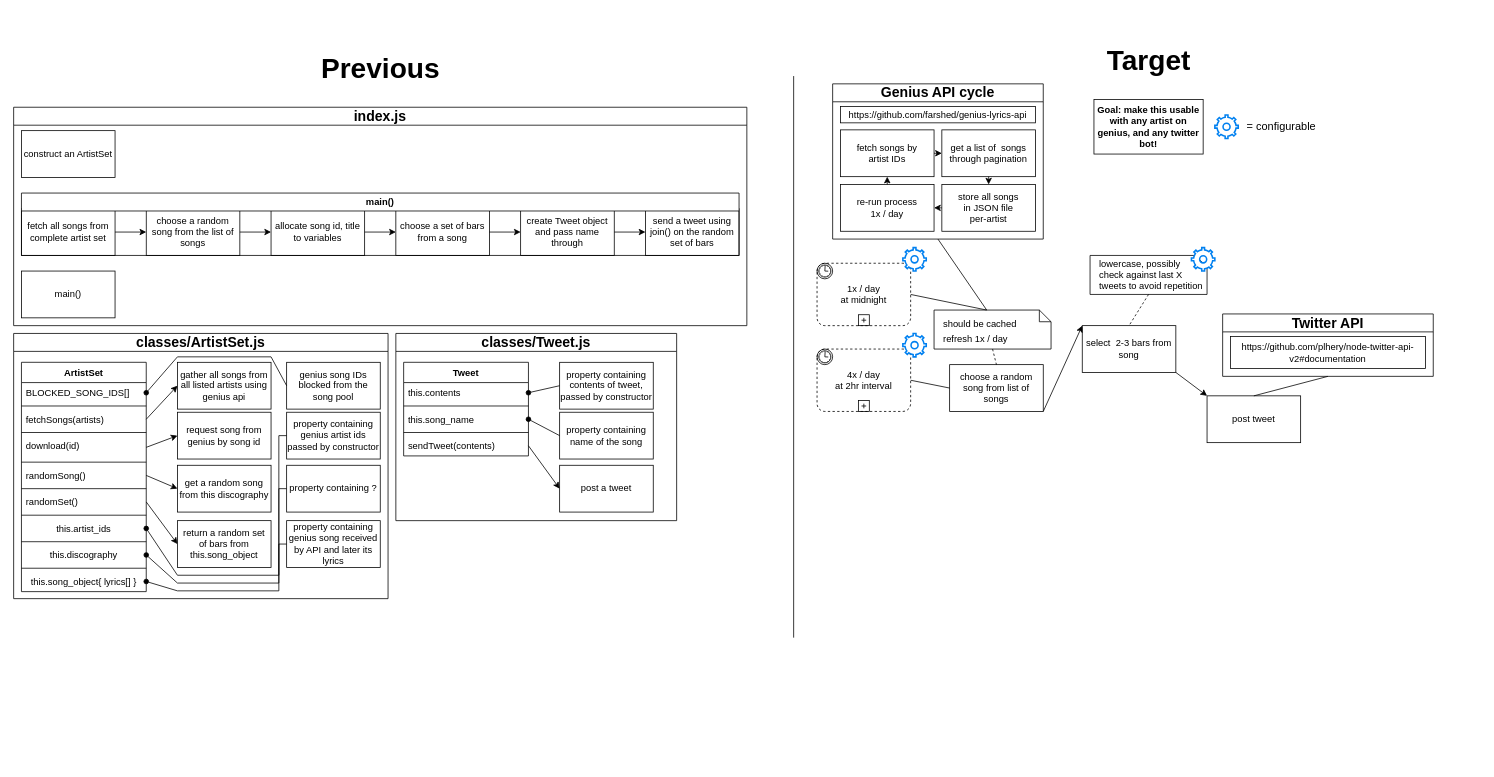
This is blackorpheusbot.drawio from vrrdnt/blackorpheusbot, a draw.io file, before an edit. Source tidied: cells renumbered, new cells numbered last; positions are measured from the earlier drawing's top-left corner, leaving out a move shared by most shapes. Both pictures are drawn from the tidied source at 78%, with x=0, y=0 at pixel (13, 21).
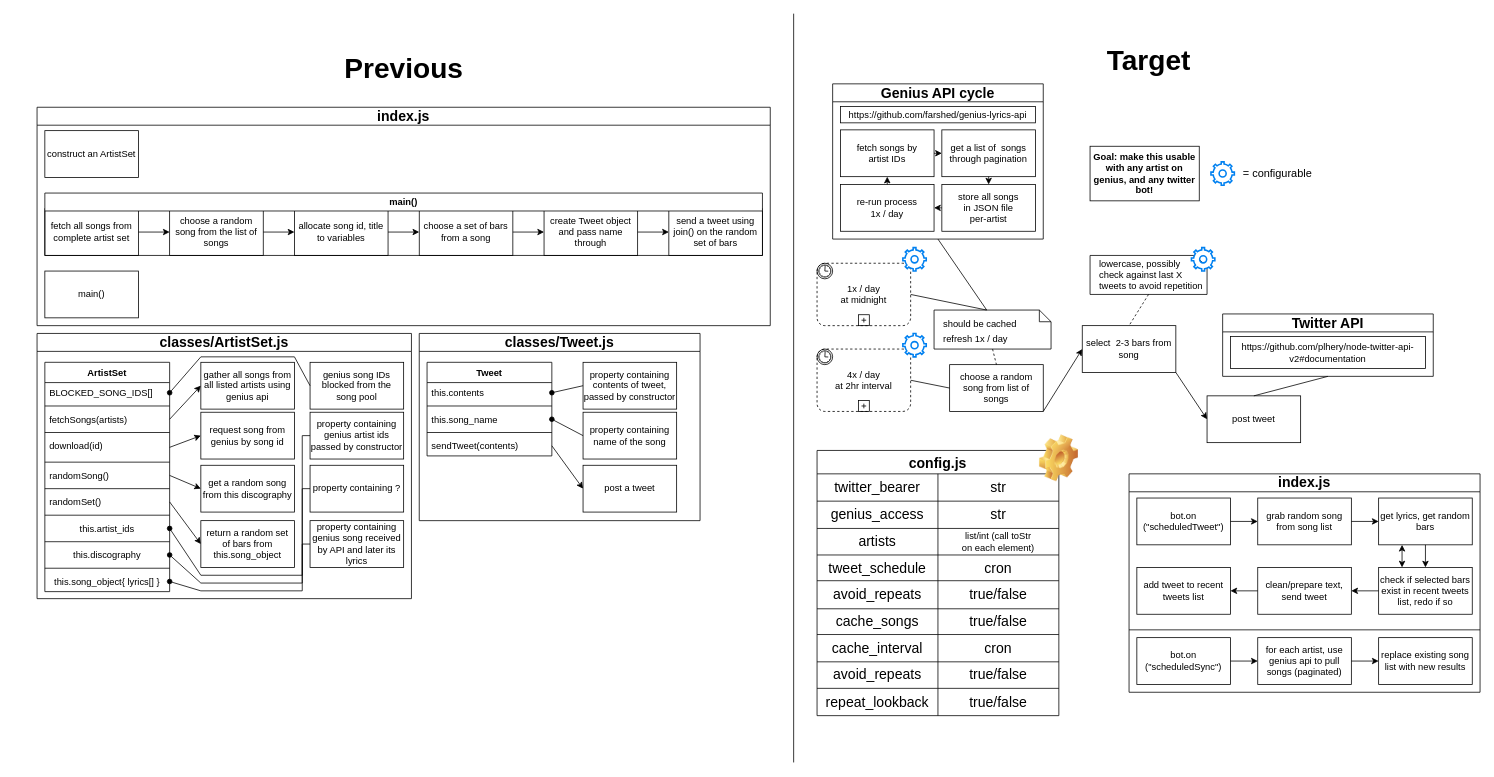
After the change.

Unchanged cells that the change refers to:
```xml
<mxCell id="66" value="choose a random song from list of songs" style="rounded=0;whiteSpace=wrap;html=1;" parent="1" vertex="1">
  <mxGeometry x="1200" y="440" width="120" height="60" as="geometry" />
</mxCell>
<mxCell id="67" value="select&amp;nbsp; 2-3 bars from song" style="rounded=0;whiteSpace=wrap;html=1;" parent="1" vertex="1">
  <mxGeometry x="1370" y="390" width="120" height="60" as="geometry" />
</mxCell>
<mxCell id="73" value="post tweet" style="rounded=0;whiteSpace=wrap;html=1;" parent="1" vertex="1">
  <mxGeometry x="1530" y="480" width="120" height="60" as="geometry" />
</mxCell>
```

Change to the diagram source:
```diff
@@
     <mxCell id="2" value="&lt;div&gt;&lt;h2&gt;classes/ArtistSet.js&lt;/h2&gt;&lt;/div&gt;" style="swimlane;whiteSpace=wrap;html=1;rounded=0;" parent="1" vertex="1">
-      <mxGeometry y="400" width="480" height="340" as="geometry" />
+      <mxGeometry x="30" y="400" width="480" height="340" as="geometry" />
     </mxCell>
@@
     <mxCell id="35" value="&lt;div&gt;&lt;h2&gt;classes/Tweet.js&lt;/h2&gt;&lt;/div&gt;" style="swimlane;whiteSpace=wrap;html=1;rounded=0;" parent="1" vertex="1">
-      <mxGeometry x="490" y="400" width="360" height="240" as="geometry" />
+      <mxGeometry x="520" y="400" width="360" height="240" as="geometry" />
     </mxCell>
@@
     <mxCell id="48" value="&lt;div&gt;&lt;h2&gt;index.js&lt;/h2&gt;&lt;/div&gt;" style="swimlane;whiteSpace=wrap;html=1;startSize=23;rounded=0;" parent="1" vertex="1">
-      <mxGeometry y="110" width="940" height="280" as="geometry" />
+      <mxGeometry x="30" y="110" width="940" height="280" as="geometry" />
     </mxCell>
@@
     <mxCell id="50" value="&lt;div&gt;construct an ArtistSet&lt;br&gt;&lt;/div&gt;" style="rounded=0;whiteSpace=wrap;html=1;" parent="1" vertex="1">
-      <mxGeometry x="10" y="140" width="120" height="60" as="geometry" />
+      <mxGeometry x="40" y="140" width="120" height="60" as="geometry" />
     </mxCell>
     <mxCell id="51" style="group;rounded=0;" parent="1" vertex="1">
-      <mxGeometry x="10" y="220" width="920" height="80" as="geometry" />
+      <mxGeometry x="40" y="220" width="920" height="80" as="geometry" />
     </mxCell>
@@
     <mxCell id="65" style="endArrow=none;html=1;rounded=0;" parent="1" edge="1">
       <mxGeometry relative="1" as="geometry">
-        <mxPoint x="1000" y="790" as="sourcePoint" />
-        <mxPoint x="1000" y="70" as="targetPoint" />
+        <mxPoint x="1000" y="950" as="sourcePoint" />
+        <mxPoint x="1000" y="-10" as="targetPoint" />
       </mxGeometry>
     </mxCell>
@@
-    <mxCell id="68" style="endArrow=classic;html=1;rounded=0;exitX=1;exitY=1;exitDx=0;exitDy=0;entryX=0;entryY=0;entryDx=0;entryDy=0;" parent="1" edge="1" source="66" target="67">
+    <mxCell id="68" style="endArrow=classic;html=1;rounded=0;exitX=1;exitY=1;exitDx=0;exitDy=0;entryX=0;entryY=0.5;entryDx=0;entryDy=0;" parent="1" edge="1" source="66" target="67">
       <mxGeometry relative="1" as="geometry" />
     </mxCell>
@@
-    <mxCell id="78" style="endArrow=classic;html=1;rounded=0;exitX=1;exitY=1;exitDx=0;exitDy=0;entryX=0;entryY=0;entryDx=0;entryDy=0;" parent="1" edge="1" source="67" target="73">
+    <mxCell id="78" style="endArrow=classic;html=1;rounded=0;exitX=1;exitY=1;exitDx=0;exitDy=0;entryX=0;entryY=0.5;entryDx=0;entryDy=0;" parent="1" edge="1" source="67" target="73">
       <mxGeometry relative="1" as="geometry" />
     </mxCell>
@@
     <mxCell id="91" value="&lt;b&gt;Goal: make this usable with any artist on genius, and any twitter bot!&lt;br&gt;&lt;/b&gt;" style="rounded=0;whiteSpace=wrap;html=1;" parent="1" vertex="1">
-      <mxGeometry x="1385" y="100" width="140" height="70" as="geometry" />
+      <mxGeometry x="1380" y="160" width="140" height="70" as="geometry" />
     </mxCell>
@@
     <mxCell id="95" style="html=1;verticalLabelPosition=bottom;align=center;labelBackgroundColor=#ffffff;verticalAlign=top;strokeWidth=2;strokeColor=#0080F0;shadow=0;dashed=0;shape=mxgraph.ios7.icons.settings;" parent="1" vertex="1">
-      <mxGeometry x="1540" y="120" width="30" height="30" as="geometry" />
+      <mxGeometry x="1535" y="180" width="30" height="30" as="geometry" />
     </mxCell>
     <mxCell id="96" value="&lt;h3&gt;&lt;span style=&quot;font-weight: normal;&quot;&gt;= configurable&lt;/span&gt;&lt;/h3&gt;" style="text;html=1;align=center;verticalAlign=middle;strokeColor=none;fillColor=none;" parent="1" vertex="1">
-      <mxGeometry x="1570" y="105" width="110" height="60" as="geometry" />
+      <mxGeometry x="1565" y="165" width="110" height="60" as="geometry" />
     </mxCell>
     <mxCell id="97" value="&lt;h1 style=&quot;font-size: 36px;&quot;&gt;&lt;font style=&quot;font-size: 36px;&quot;&gt;Previous&lt;/font&gt;&lt;/h1&gt;" style="text;html=1;align=center;verticalAlign=middle;strokeColor=none;fillColor=none;" parent="1" vertex="1">
-      <mxGeometry x="380" y="10" width="180" height="100" as="geometry" />
+      <mxGeometry x="410" y="10" width="180" height="100" as="geometry" />
     </mxCell>
@@
+    <mxCell id="101" value="config.js" style="shape=table;startSize=30;childLayout=tableLayout;fontStyle=1;align=center;fontSize=18;" parent="1" vertex="1">
+      <mxGeometry x="1030" y="550" width="310" height="340" as="geometry" />
+    </mxCell>
+    <mxCell id="102" style="shape=tableRow;horizontal=0;startSize=0;swimlaneHead=0;swimlaneBody=0;top=0;left=0;bottom=0;right=0;fillColor=none;fontSize=18;" parent="101" vertex="1">
+      <mxGeometry y="30" width="310" height="35" as="geometry" />
+    </mxCell>
+    <mxCell id="103" value="twitter_bearer" style="shape=partialRectangle;html=1;whiteSpace=wrap;fillColor=none;top=0;left=0;bottom=0;right=0;overflow=hidden;fontSize=18;" parent="102" vertex="1">
+      <mxGeometry width="155" height="35" as="geometry" />
+    </mxCell>
+    <mxCell id="104" value="str" style="shape=partialRectangle;html=1;whiteSpace=wrap;fillColor=none;top=0;left=0;bottom=0;right=0;overflow=hidden;fontSize=18;" parent="102" vertex="1">
+      <mxGeometry x="155" width="155" height="35" as="geometry" />
+    </mxCell>
+    <mxCell id="105" style="shape=tableRow;horizontal=0;startSize=0;swimlaneHead=0;swimlaneBody=0;top=0;left=0;bottom=0;right=0;fillColor=none;fontSize=18;" parent="101" vertex="1">
+      <mxGeometry y="65" width="310" height="35" as="geometry" />
+    </mxCell>
+    <mxCell id="106" value="genius_access" style="shape=partialRectangle;html=1;whiteSpace=wrap;fillColor=none;top=0;left=0;bottom=0;right=0;overflow=hidden;fontSize=18;" parent="105" vertex="1">
+      <mxGeometry width="155" height="35" as="geometry" />
+    </mxCell>
+    <mxCell id="107" value="str" style="shape=partialRectangle;html=1;whiteSpace=wrap;fillColor=none;top=0;left=0;bottom=0;right=0;overflow=hidden;fontSize=18;" parent="105" vertex="1">
+      <mxGeometry x="155" width="155" height="35" as="geometry" />
+    </mxCell>
+    <mxCell id="108" style="shape=tableRow;horizontal=0;startSize=0;swimlaneHead=0;swimlaneBody=0;top=0;left=0;bottom=0;right=0;fillColor=none;fontSize=18;" parent="101" vertex="1">
+      <mxGeometry y="100" width="310" height="34" as="geometry" />
+    </mxCell>
+    <mxCell id="109" value="artists" style="shape=partialRectangle;html=1;whiteSpace=wrap;fillColor=none;top=0;left=0;bottom=0;right=0;overflow=hidden;fontSize=18;" parent="108" vertex="1">
+      <mxGeometry width="155" height="34" as="geometry" />
+    </mxCell>
+    <mxCell id="110" value="&lt;div style=&quot;font-size: 12px;&quot;&gt;&lt;font style=&quot;font-size: 12px;&quot;&gt;list/int (call toStr&lt;/font&gt;&lt;/div&gt;&lt;div style=&quot;font-size: 12px;&quot;&gt;&lt;font style=&quot;font-size: 12px;&quot;&gt;on each element)&lt;/font&gt;&lt;/div&gt;" style="shape=partialRectangle;html=1;whiteSpace=wrap;fillColor=none;top=0;left=0;bottom=0;right=0;overflow=hidden;fontSize=18;" parent="108" vertex="1">
+      <mxGeometry x="155" width="155" height="34" as="geometry" />
+    </mxCell>
+    <mxCell id="111" style="shape=tableRow;horizontal=0;startSize=0;swimlaneHead=0;swimlaneBody=0;top=0;left=0;bottom=0;right=0;fillColor=none;fontSize=18;" parent="101" vertex="1">
+      <mxGeometry y="134" width="310" height="33" as="geometry" />
+    </mxCell>
+    <mxCell id="112" value="tweet_schedule" style="shape=partialRectangle;html=1;whiteSpace=wrap;fillColor=none;top=0;left=0;bottom=0;right=0;overflow=hidden;fontSize=18;" parent="111" vertex="1">
+      <mxGeometry width="155" height="33" as="geometry" />
+    </mxCell>
+    <mxCell id="113" value="cron" style="shape=partialRectangle;html=1;whiteSpace=wrap;fillColor=none;top=0;left=0;bottom=0;right=0;overflow=hidden;fontSize=18;" parent="111" vertex="1">
+      <mxGeometry x="155" width="155" height="33" as="geometry" />
+    </mxCell>
+    <mxCell id="114" style="shape=tableRow;horizontal=0;startSize=0;swimlaneHead=0;swimlaneBody=0;top=0;left=0;bottom=0;right=0;fillColor=none;fontSize=18;" parent="101" vertex="1">
+      <mxGeometry y="167" width="310" height="36" as="geometry" />
+    </mxCell>
+    <mxCell id="115" value="avoid_repeats" style="shape=partialRectangle;html=1;whiteSpace=wrap;fillColor=none;top=0;left=0;bottom=0;right=0;overflow=hidden;fontSize=18;" parent="114" vertex="1">
+      <mxGeometry width="155" height="36" as="geometry" />
+    </mxCell>
+    <mxCell id="116" value="true/false" style="shape=partialRectangle;html=1;whiteSpace=wrap;fillColor=none;top=0;left=0;bottom=0;right=0;overflow=hidden;fontSize=18;" parent="114" vertex="1">
+      <mxGeometry x="155" width="155" height="36" as="geometry" />
+    </mxCell>
+    <mxCell id="117" style="shape=tableRow;horizontal=0;startSize=0;swimlaneHead=0;swimlaneBody=0;top=0;left=0;bottom=0;right=0;fillColor=none;fontSize=18;" parent="101" vertex="1">
+      <mxGeometry y="203" width="310" height="33" as="geometry" />
+    </mxCell>
+    <mxCell id="118" value="cache_songs" style="shape=partialRectangle;html=1;whiteSpace=wrap;fillColor=none;top=0;left=0;bottom=0;right=0;overflow=hidden;fontSize=18;" parent="117" vertex="1">
+      <mxGeometry width="155" height="33" as="geometry" />
+    </mxCell>
+    <mxCell id="119" value="true/false" style="shape=partialRectangle;html=1;whiteSpace=wrap;fillColor=none;top=0;left=0;bottom=0;right=0;overflow=hidden;fontSize=18;" parent="117" vertex="1">
+      <mxGeometry x="155" width="155" height="33" as="geometry" />
+    </mxCell>
+    <mxCell id="120" style="shape=tableRow;horizontal=0;startSize=0;swimlaneHead=0;swimlaneBody=0;top=0;left=0;bottom=0;right=0;fillColor=none;fontSize=18;" parent="101" vertex="1">
+      <mxGeometry y="236" width="310" height="35" as="geometry" />
+    </mxCell>
+    <mxCell id="121" value="cache_interval" style="shape=partialRectangle;html=1;whiteSpace=wrap;fillColor=none;top=0;left=0;bottom=0;right=0;overflow=hidden;fontSize=18;" parent="120" vertex="1">
+      <mxGeometry width="155" height="35" as="geometry" />
+    </mxCell>
+    <mxCell id="122" value="cron" style="shape=partialRectangle;html=1;whiteSpace=wrap;fillColor=none;top=0;left=0;bottom=0;right=0;overflow=hidden;fontSize=18;" parent="120" vertex="1">
+      <mxGeometry x="155" width="155" height="35" as="geometry" />
+    </mxCell>
+    <mxCell id="123" style="shape=tableRow;horizontal=0;startSize=0;swimlaneHead=0;swimlaneBody=0;top=0;left=0;bottom=0;right=0;fillColor=none;fontSize=18;" parent="101" vertex="1">
+      <mxGeometry y="271" width="310" height="34" as="geometry" />
+    </mxCell>
+    <mxCell id="124" value="avoid_repeats" style="shape=partialRectangle;html=1;whiteSpace=wrap;fillColor=none;top=0;left=0;bottom=0;right=0;overflow=hidden;fontSize=18;" parent="123" vertex="1">
+      <mxGeometry width="155" height="34" as="geometry" />
+    </mxCell>
+    <mxCell id="125" value="true/false" style="shape=partialRectangle;html=1;whiteSpace=wrap;fillColor=none;top=0;left=0;bottom=0;right=0;overflow=hidden;fontSize=18;" parent="123" vertex="1">
+      <mxGeometry x="155" width="155" height="34" as="geometry" />
+    </mxCell>
+    <mxCell id="126" style="shape=tableRow;horizontal=0;startSize=0;swimlaneHead=0;swimlaneBody=0;top=0;left=0;bottom=0;right=0;fillColor=none;fontSize=18;" parent="101" vertex="1">
+      <mxGeometry y="305" width="310" height="35" as="geometry" />
+    </mxCell>
+    <mxCell id="127" value="repeat_lookback" style="shape=partialRectangle;html=1;whiteSpace=wrap;fillColor=none;top=0;left=0;bottom=0;right=0;overflow=hidden;fontSize=18;" parent="126" vertex="1">
+      <mxGeometry width="155" height="35" as="geometry" />
+    </mxCell>
+    <mxCell id="128" value="true/false" style="shape=partialRectangle;html=1;whiteSpace=wrap;fillColor=none;top=0;left=0;bottom=0;right=0;overflow=hidden;fontSize=18;" parent="126" vertex="1">
+      <mxGeometry x="155" width="155" height="35" as="geometry" />
+    </mxCell>
+    <mxCell id="129" style="shape=image;html=1;verticalLabelPosition=bottom;verticalAlign=top;imageAspect=0;image=img/clipart/Gear_128x128.png;fontSize=18;" parent="1" vertex="1">
+      <mxGeometry x="1315" y="530" width="50" height="60" as="geometry" />
+    </mxCell>
+    <mxCell id="130" value="index.js" style="swimlane;whiteSpace=wrap;html=1;fontSize=18;" parent="1" vertex="1">
+      <mxGeometry x="1430" y="580" width="450" height="280" as="geometry" />
+    </mxCell>
+    <mxCell id="131" value="&lt;div&gt;bot.on&lt;/div&gt;&lt;div&gt;(&quot;scheduledTweet&quot;)&lt;/div&gt;" style="rounded=0;whiteSpace=wrap;html=1;" parent="130" vertex="1">
+      <mxGeometry x="10" y="31" width="120" height="60" as="geometry" />
+    </mxCell>
+    <mxCell id="132" value="grab random song from song list" style="rounded=0;whiteSpace=wrap;html=1;" parent="130" vertex="1">
+      <mxGeometry x="165" y="31" width="120" height="60" as="geometry" />
+    </mxCell>
+    <mxCell id="133" style="endArrow=classic;html=1;rounded=0;fontSize=18;exitX=1;exitY=0.5;exitDx=0;exitDy=0;entryX=0;entryY=0.5;entryDx=0;entryDy=0;" parent="130" edge="1" source="131" target="132">
+      <mxGeometry relative="1" as="geometry" />
+    </mxCell>
+    <mxCell id="134" value="&lt;div&gt;get lyrics, get random bars&lt;/div&gt;" style="rounded=0;whiteSpace=wrap;html=1;" parent="130" vertex="1">
+      <mxGeometry x="320" y="31" width="120" height="60" as="geometry" />
+    </mxCell>
+    <mxCell id="135" style="endArrow=classic;html=1;rounded=0;fontSize=18;exitX=1;exitY=0.5;exitDx=0;exitDy=0;entryX=0;entryY=0.5;entryDx=0;entryDy=0;" parent="130" edge="1" source="132" target="134">
+      <mxGeometry relative="1" as="geometry" />
+    </mxCell>
+    <mxCell id="136" value="&lt;div&gt;clean/prepare text,&lt;/div&gt;&lt;div&gt;send tweet&lt;br&gt;&lt;/div&gt;" style="rounded=0;whiteSpace=wrap;html=1;" parent="130" vertex="1">
+      <mxGeometry x="165" y="120" width="120" height="60" as="geometry" />
+    </mxCell>
+    <mxCell id="137" value="add tweet to recent tweets list" style="rounded=0;whiteSpace=wrap;html=1;" parent="130" vertex="1">
+      <mxGeometry x="10" y="120" width="120" height="60" as="geometry" />
+    </mxCell>
+    <mxCell id="138" style="endArrow=classic;html=1;rounded=0;fontSize=18;exitX=0;exitY=0.5;exitDx=0;exitDy=0;entryX=1;entryY=0.5;entryDx=0;entryDy=0;" parent="130" edge="1" source="136" target="137">
+      <mxGeometry relative="1" as="geometry" />
+    </mxCell>
+    <mxCell id="139" value="check if selected bars exist in recent tweets list, redo if so" style="rounded=0;whiteSpace=wrap;html=1;" parent="130" vertex="1">
+      <mxGeometry x="320" y="120" width="120" height="60" as="geometry" />
+    </mxCell>
+    <mxCell id="140" style="endArrow=classic;html=1;rounded=0;fontSize=12;exitX=0.5;exitY=1;exitDx=0;exitDy=0;entryX=0.5;entryY=0;entryDx=0;entryDy=0;" parent="130" edge="1" source="134" target="139">
+      <mxGeometry relative="1" as="geometry" />
+    </mxCell>
+    <mxCell id="141" style="endArrow=classic;html=1;rounded=0;fontSize=12;exitX=0;exitY=0.5;exitDx=0;exitDy=0;entryX=1;entryY=0.5;entryDx=0;entryDy=0;" parent="130" edge="1" source="139" target="136">
+      <mxGeometry relative="1" as="geometry" />
+    </mxCell>
+    <mxCell id="142" style="endArrow=classic;startArrow=classic;html=1;rounded=0;fontSize=12;exitX=0.25;exitY=0;exitDx=0;exitDy=0;entryX=0.25;entryY=1;entryDx=0;entryDy=0;" parent="130" edge="1" source="139" target="134">
+      <mxGeometry relative="1" as="geometry" />
+    </mxCell>
+    <mxCell id="143" value="&lt;div&gt;bot.on&lt;/div&gt;&lt;div&gt;(&quot;scheduledSync&quot;)&lt;/div&gt;" style="rounded=0;whiteSpace=wrap;html=1;" parent="130" vertex="1">
+      <mxGeometry x="10" y="210" width="120" height="60" as="geometry" />
+    </mxCell>
+    <mxCell id="144" value="for each artist, use genius api to pull songs (paginated)" style="rounded=0;whiteSpace=wrap;html=1;" parent="130" vertex="1">
+      <mxGeometry x="165" y="210" width="120" height="60" as="geometry" />
+    </mxCell>
+    <mxCell id="145" value="replace existing song list with new results" style="rounded=0;whiteSpace=wrap;html=1;" parent="130" vertex="1">
+      <mxGeometry x="320" y="210" width="120" height="60" as="geometry" />
+    </mxCell>
+    <mxCell id="146" style="endArrow=classic;html=1;rounded=0;fontSize=12;exitX=1;exitY=0.5;exitDx=0;exitDy=0;entryX=0;entryY=0.5;entryDx=0;entryDy=0;" parent="130" edge="1" source="143" target="144">
+      <mxGeometry relative="1" as="geometry" />
+    </mxCell>
+    <mxCell id="147" style="endArrow=classic;html=1;rounded=0;fontSize=12;exitX=1;exitY=0.5;exitDx=0;exitDy=0;entryX=0;entryY=0.5;entryDx=0;entryDy=0;" parent="130" edge="1" source="144" target="145">
+      <mxGeometry relative="1" as="geometry" />
+    </mxCell>
+    <mxCell id="148" style="endArrow=none;html=1;rounded=0;fontSize=12;" parent="1" edge="1">
+      <mxGeometry relative="1" as="geometry">
+        <mxPoint x="1430" y="780" as="sourcePoint" />
+        <mxPoint x="1880" y="780" as="targetPoint" />
+      </mxGeometry>
+    </mxCell>
```
